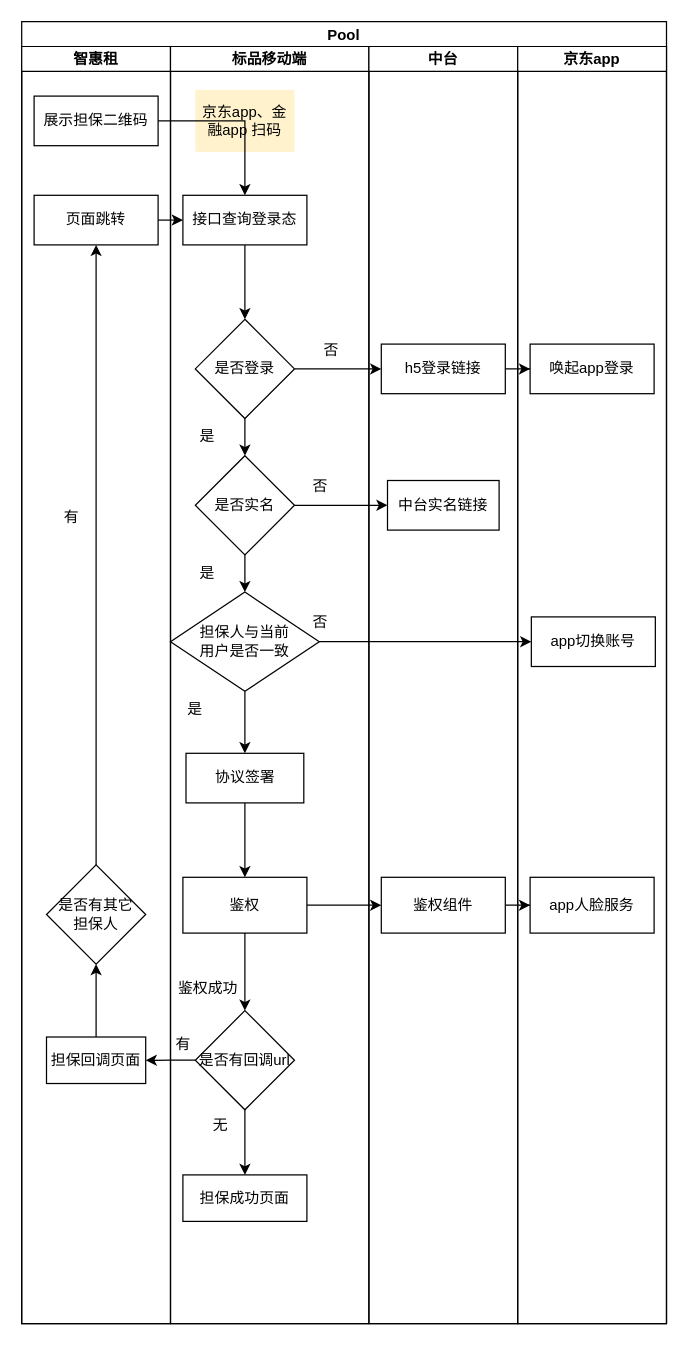
Above: Untitled Diagram.drawio in senyawang/test (draw.io), before the change. Source tidied: cells renumbered, new cells numbered last; positions are measured from the earlier drawing's top-left corner, leaving out a move shared by most shapes. Both pictures are drawn from the tidied source at 124%, with x=0, y=0 at pixel (21, 21).
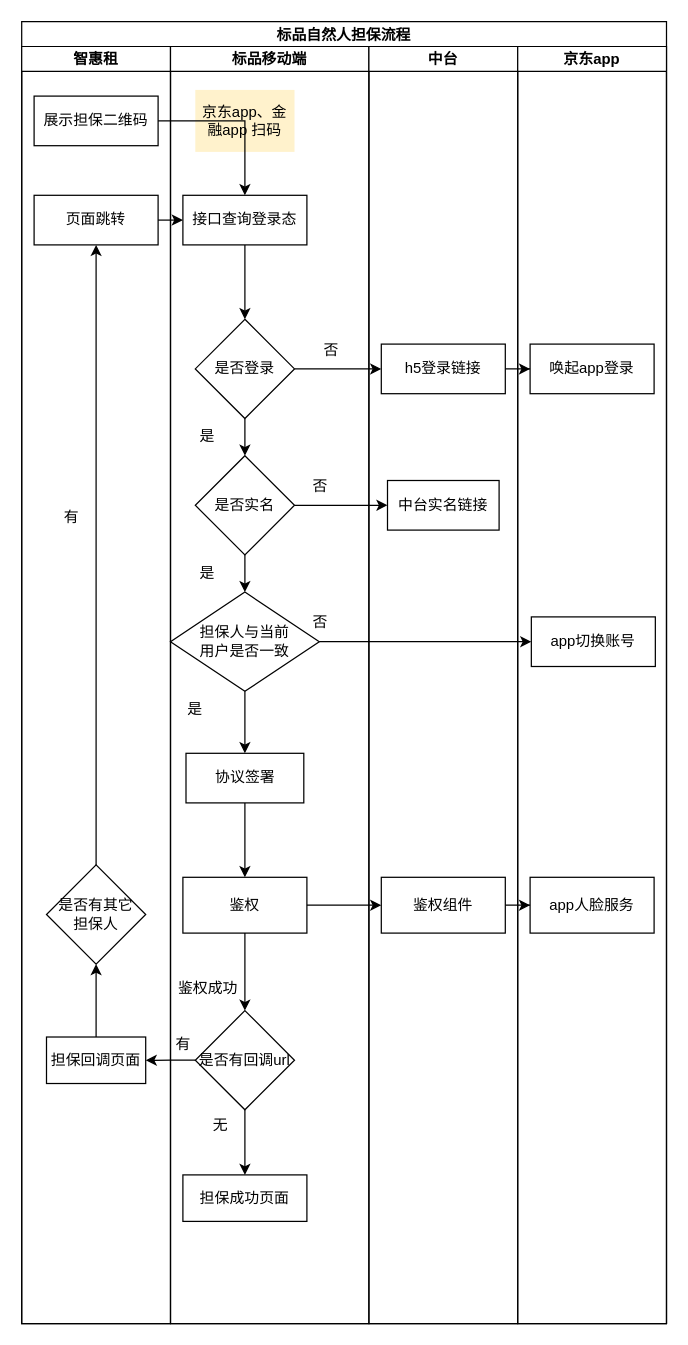
The same page after the edit.

Change to the diagram source:
```diff
@@
-    <mxCell id="2" value="Pool" style="swimlane;startSize=20;" parent="1" vertex="1">
+    <mxCell id="2" value="标品自然人担保流程" style="swimlane;startSize=20;" parent="1" vertex="1">
       <mxGeometry width="520" height="1050" as="geometry" />
     </mxCell>
```
